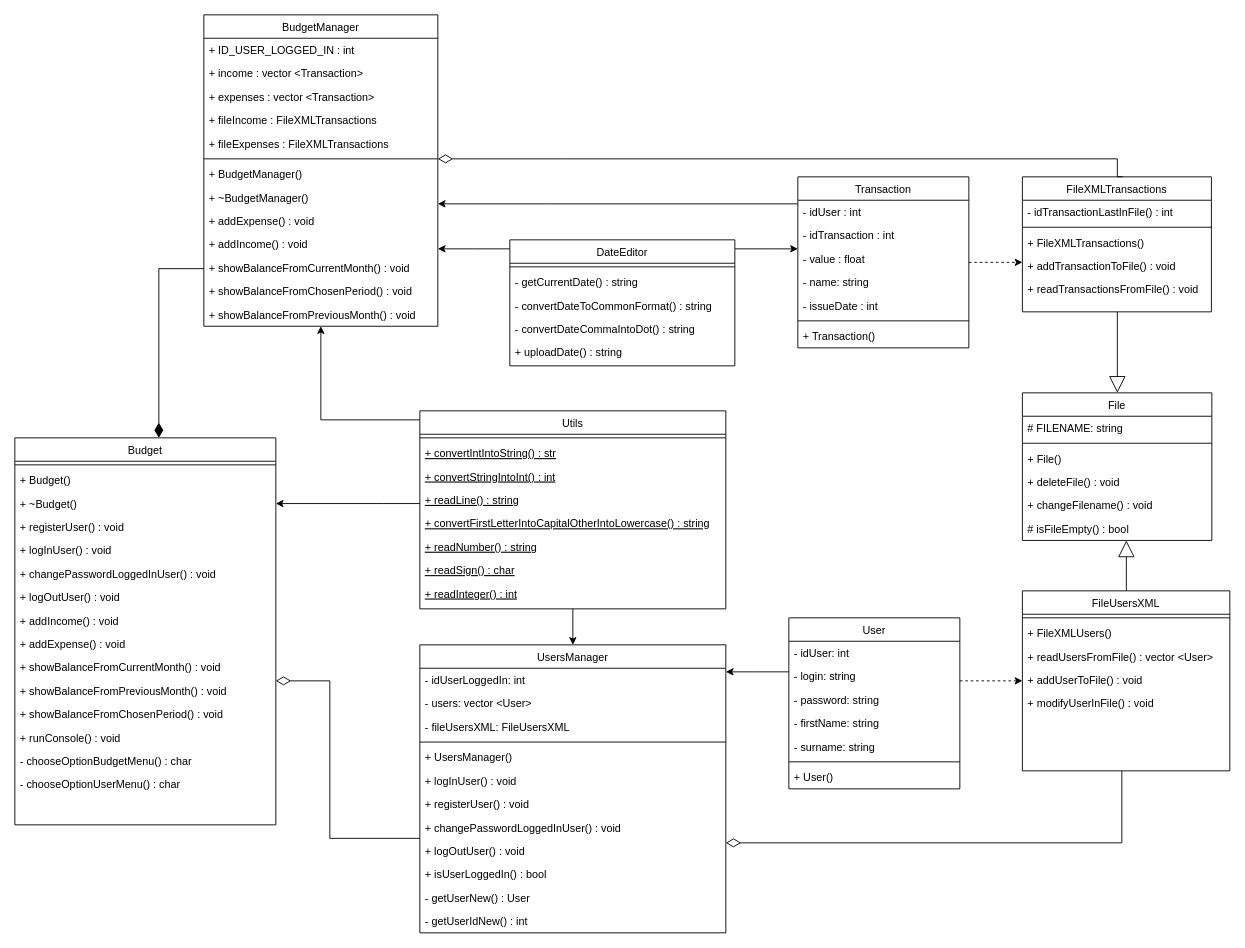
Before: doc/uml-diagram.drawio in MichalWilczek/your-budget, a draw.io diagram. Source tidied: cells renumbered, new cells numbered last; positions are measured from the earlier drawing's top-left corner, leaving out a move shared by most shapes. Both pictures are drawn from the tidied source at 90%, with x=0, y=0 at pixel (14, 14).
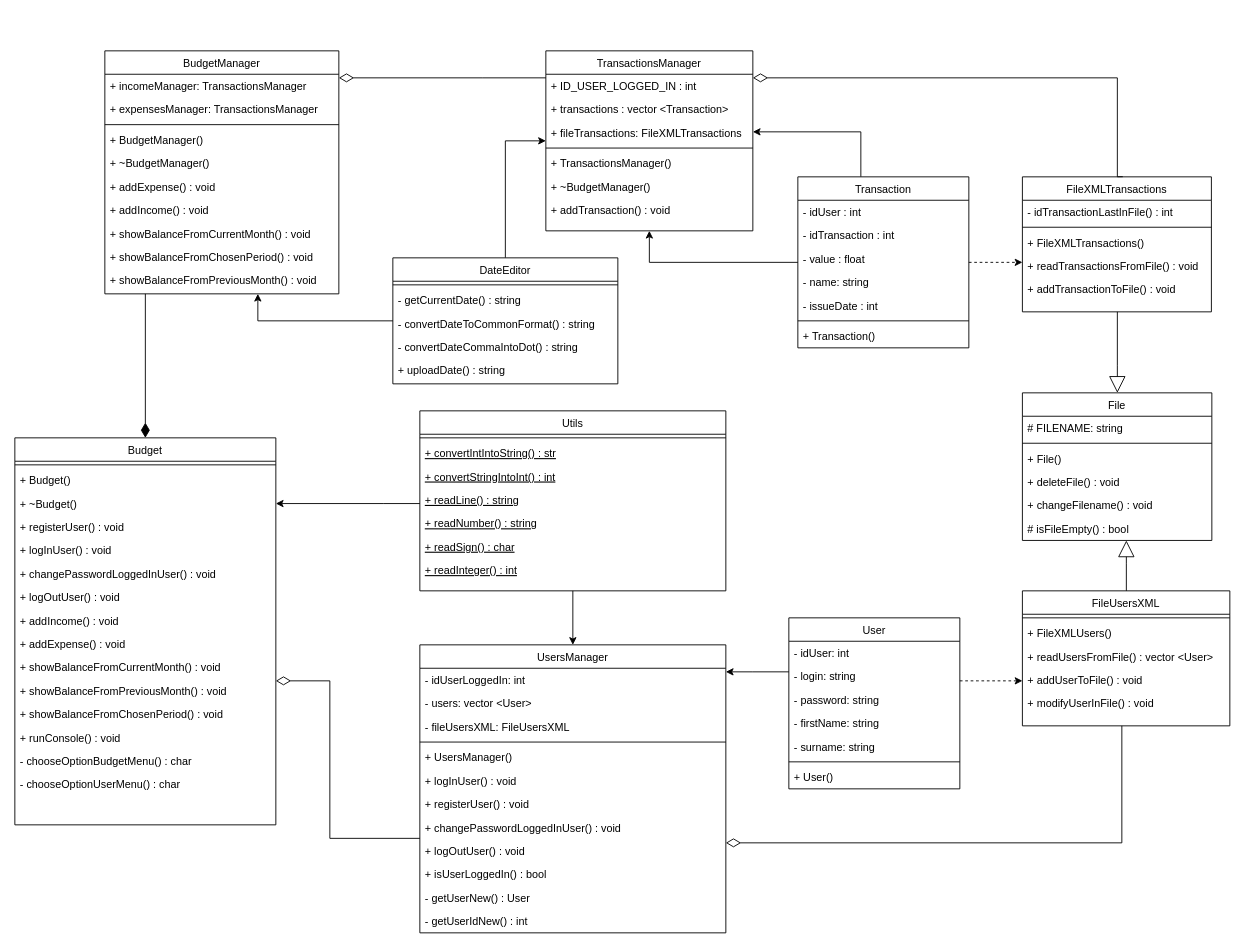
The same diagram, later.

Commit message (it also covers changes not shown here):
Remove unnecessary code. Update UML.

Unchanged cells that the change refers to:
```xml
<mxCell id="91" value="Transaction" style="swimlane;fontStyle=0;align=center;verticalAlign=top;horizontal=1;startSize=26;rounded=0;shadow=0;strokeWidth=1;" parent="1" vertex="1">
  <mxGeometry x="870" y="180" width="190" height="190" as="geometry" />
</mxCell>
<mxCell id="100" value="FileXMLTransactions" style="swimlane;fontStyle=0;align=center;verticalAlign=top;horizontal=1;startSize=26;rounded=0;shadow=0;strokeWidth=1;" parent="1" vertex="1">
  <mxGeometry x="1119.5" y="180" width="210" height="150" as="geometry" />
</mxCell>
```

Change to the diagram source:
```diff
@@
     <mxCell id="2" value="FileUsersXML" style="swimlane;fontStyle=0;align=center;verticalAlign=top;horizontal=1;startSize=26;rounded=0;shadow=0;strokeWidth=1;" parent="1" vertex="1">
-      <mxGeometry x="1119.5" y="640" width="230.5" height="200" as="geometry" />
+      <mxGeometry x="1119.5" y="640" width="230.5" height="150" as="geometry" />
     </mxCell>
@@
-    <mxCell id="33" style="edgeStyle=orthogonalEdgeStyle;rounded=0;jettySize=auto;html=1;" parent="1" edge="1" source="35" target="68">
-      <mxGeometry relative="1" as="geometry">
-        <Array as="points">
-          <mxPoint x="340" y="450" />
-        </Array>
-      </mxGeometry>
-    </mxCell>
@@
     <mxCell id="35" value="Utils" style="swimlane;fontStyle=0;align=center;verticalAlign=top;horizontal=1;startSize=26;rounded=0;shadow=0;strokeWidth=1;" parent="1" vertex="1">
-      <mxGeometry x="450" y="440" width="340" height="220" as="geometry" />
+      <mxGeometry x="450" y="440" width="340" height="200" as="geometry" />
     </mxCell>
@@
-    <mxCell id="40" value="+ convertFirstLetterIntoCapitalOtherIntoLowercase() : string" style="text;align=left;verticalAlign=top;spacingLeft=4;spacingRight=4;overflow=hidden;fontStyle=4;" parent="35" vertex="1">
-      <mxGeometry y="112" width="340" height="26" as="geometry" />
-    </mxCell>
     <mxCell id="41" value="+ readNumber() : string" style="text;align=left;verticalAlign=top;spacingLeft=4;spacingRight=4;overflow=hidden;fontStyle=4;" parent="35" vertex="1">
-      <mxGeometry y="138" width="340" height="26" as="geometry" />
+      <mxGeometry y="112" width="340" height="26" as="geometry" />
     </mxCell>
     <mxCell id="42" value="+ readSign() : char" style="text;align=left;verticalAlign=top;spacingLeft=4;spacingRight=4;overflow=hidden;fontStyle=4;" parent="35" vertex="1">
-      <mxGeometry y="164" width="340" height="26" as="geometry" />
+      <mxGeometry y="138" width="340" height="26" as="geometry" />
     </mxCell>
     <mxCell id="43" value="+ readInteger() : int" style="text;align=left;verticalAlign=top;spacingLeft=4;spacingRight=4;overflow=hidden;fontStyle=4;" parent="35" vertex="1">
-      <mxGeometry y="190" width="340" height="26" as="geometry" />
+      <mxGeometry y="164" width="340" height="26" as="geometry" />
     </mxCell>
@@
     <mxCell id="68" value="BudgetManager" style="swimlane;fontStyle=0;align=center;verticalAlign=top;horizontal=1;startSize=26;rounded=0;shadow=0;strokeWidth=1;" parent="1" vertex="1">
-      <mxGeometry x="210" width="260" height="346" as="geometry" />
+      <mxGeometry x="100" y="40" width="260" height="270" as="geometry" />
     </mxCell>
-    <mxCell id="69" value="+ ID_USER_LOGGED_IN : int " style="text;align=left;verticalAlign=top;spacingLeft=4;spacingRight=4;overflow=hidden;" parent="68" vertex="1">
-      <mxGeometry y="26" width="260" height="26" as="geometry" />
-    </mxCell>
+    <mxCell id="110" value="+ incomeManager: TransactionsManager" style="text;align=left;verticalAlign=top;spacingLeft=4;spacingRight=4;overflow=hidden;" parent="68" vertex="1">
+      <mxGeometry y="26" width="260" height="26" as="geometry" />
+    </mxCell>
-    <mxCell id="70" value="+ income : vector &lt;Transaction&gt;" style="text;align=left;verticalAlign=top;spacingLeft=4;spacingRight=4;overflow=hidden;" parent="68" vertex="1">
+    <mxCell id="70" value="+ expensesManager: TransactionsManager" style="text;align=left;verticalAlign=top;spacingLeft=4;spacingRight=4;overflow=hidden;" parent="68" vertex="1">
       <mxGeometry y="52" width="260" height="26" as="geometry" />
     </mxCell>
-    <mxCell id="71" value="+ expenses : vector &lt;Transaction&gt;" style="text;align=left;verticalAlign=top;spacingLeft=4;spacingRight=4;overflow=hidden;" parent="68" vertex="1">
-      <mxGeometry y="78" width="260" height="26" as="geometry" />
-    </mxCell>
-    <mxCell id="72" value="+ fileIncome : FileXMLTransactions" style="text;align=left;verticalAlign=top;spacingLeft=4;spacingRight=4;overflow=hidden;" parent="68" vertex="1">
-      <mxGeometry y="104" width="260" height="26" as="geometry" />
-    </mxCell>
-    <mxCell id="73" value="+ fileExpenses : FileXMLTransactions" style="text;align=left;verticalAlign=top;spacingLeft=4;spacingRight=4;overflow=hidden;" parent="68" vertex="1">
-      <mxGeometry y="130" width="260" height="26" as="geometry" />
-    </mxCell>
     <mxCell id="74" style="line;html=1;strokeWidth=1;align=left;verticalAlign=middle;spacingTop=-1;spacingLeft=3;spacingRight=3;labelPosition=right;" parent="68" vertex="1">
-      <mxGeometry y="156" width="260" height="8" as="geometry" />
+      <mxGeometry y="78" width="260" height="8" as="geometry" />
     </mxCell>
     <mxCell id="75" value="+ BudgetManager()" style="text;align=left;verticalAlign=top;spacingLeft=4;spacingRight=4;overflow=hidden;" parent="68" vertex="1">
-      <mxGeometry y="164" width="260" height="26" as="geometry" />
+      <mxGeometry y="86" width="260" height="26" as="geometry" />
     </mxCell>
     <mxCell id="76" value="+ ~BudgetManager()" style="text;align=left;verticalAlign=top;spacingLeft=4;spacingRight=4;overflow=hidden;" parent="68" vertex="1">
-      <mxGeometry y="190" width="260" height="26" as="geometry" />
+      <mxGeometry y="112" width="260" height="26" as="geometry" />
     </mxCell>
     <mxCell id="77" value="+ addExpense() : void " style="text;align=left;verticalAlign=top;spacingLeft=4;spacingRight=4;overflow=hidden;" parent="68" vertex="1">
-      <mxGeometry y="216" width="260" height="26" as="geometry" />
+      <mxGeometry y="138" width="260" height="26" as="geometry" />
     </mxCell>
     <mxCell id="78" value="+ addIncome() : void " style="text;align=left;verticalAlign=top;spacingLeft=4;spacingRight=4;overflow=hidden;" parent="68" vertex="1">
-      <mxGeometry y="242" width="260" height="26" as="geometry" />
+      <mxGeometry y="164" width="260" height="26" as="geometry" />
     </mxCell>
     <mxCell id="79" value="+ showBalanceFromCurrentMonth() : void" style="text;align=left;verticalAlign=top;spacingLeft=4;spacingRight=4;overflow=hidden;" parent="68" vertex="1">
-      <mxGeometry y="268" width="260" height="26" as="geometry" />
+      <mxGeometry y="190" width="260" height="26" as="geometry" />
     </mxCell>
     <mxCell id="80" value="+ showBalanceFromChosenPeriod() : void" style="text;align=left;verticalAlign=top;spacingLeft=4;spacingRight=4;overflow=hidden;" parent="68" vertex="1">
-      <mxGeometry y="294" width="260" height="26" as="geometry" />
+      <mxGeometry y="216" width="260" height="26" as="geometry" />
     </mxCell>
     <mxCell id="81" value="+ showBalanceFromPreviousMonth() : void" style="text;align=left;verticalAlign=top;spacingLeft=4;spacingRight=4;overflow=hidden;" parent="68" vertex="1">
-      <mxGeometry y="320" width="260" height="26" as="geometry" />
+      <mxGeometry y="242" width="260" height="26" as="geometry" />
     </mxCell>
-    <mxCell id="82" style="edgeStyle=orthogonalEdgeStyle;rounded=0;jettySize=auto;html=1;" parent="1" edge="1" source="84" target="68">
-      <mxGeometry relative="1" as="geometry">
-        <Array as="points">
-          <mxPoint x="510" y="260" />
-          <mxPoint x="510" y="260" />
-        </Array>
-      </mxGeometry>
-    </mxCell>
-    <mxCell id="83" style="edgeStyle=orthogonalEdgeStyle;rounded=0;jettySize=auto;html=1;" parent="1" edge="1" source="84" target="91">
-      <mxGeometry relative="1" as="geometry">
-        <Array as="points">
-          <mxPoint x="840" y="260" />
-          <mxPoint x="840" y="260" />
-        </Array>
-      </mxGeometry>
-    </mxCell>
-    <mxCell id="84" value="DateEditor" style="swimlane;fontStyle=0;align=center;verticalAlign=top;horizontal=1;startSize=26;rounded=0;shadow=0;strokeWidth=1;" parent="1" vertex="1">
-      <mxGeometry x="550" y="250" width="250" height="140" as="geometry" />
-    </mxCell>
-    <mxCell id="85" style="line;html=1;strokeWidth=1;align=left;verticalAlign=middle;spacingTop=-1;spacingLeft=3;spacingRight=3;labelPosition=right;" parent="84" vertex="1">
-      <mxGeometry y="26" width="250" height="8" as="geometry" />
-    </mxCell>
-    <mxCell id="86" value="- getCurrentDate() : string" style="text;align=left;verticalAlign=top;spacingLeft=4;spacingRight=4;overflow=hidden;" parent="84" vertex="1">
-      <mxGeometry y="34" width="250" height="26" as="geometry" />
-    </mxCell>
-    <mxCell id="87" value="- convertDateToCommonFormat() : string" style="text;align=left;verticalAlign=top;spacingLeft=4;spacingRight=4;overflow=hidden;" parent="84" vertex="1">
-      <mxGeometry y="60" width="250" height="26" as="geometry" />
-    </mxCell>
-    <mxCell id="88" value="- convertDateCommaIntoDot() : string" style="text;align=left;verticalAlign=top;spacingLeft=4;spacingRight=4;overflow=hidden;" parent="84" vertex="1">
-      <mxGeometry y="86" width="250" height="26" as="geometry" />
-    </mxCell>
-    <mxCell id="89" value="+ uploadDate() : string" style="text;align=left;verticalAlign=top;spacingLeft=4;spacingRight=4;overflow=hidden;" parent="84" vertex="1">
-      <mxGeometry y="112" width="250" height="26" as="geometry" />
-    </mxCell>
-    <mxCell id="90" style="edgeStyle=orthogonalEdgeStyle;rounded=0;jettySize=auto;html=1;" parent="1" edge="1" source="91" target="68">
+    <mxCell id="90" style="edgeStyle=orthogonalEdgeStyle;rounded=0;jettySize=auto;html=1;" parent="1" edge="1" source="91" target="112">
       <mxGeometry relative="1" as="geometry">
         <Array as="points">
-          <mxPoint x="590" y="210" />
-          <mxPoint x="590" y="210" />
+          <mxPoint x="940" y="130" />
         </Array>
       </mxGeometry>
     </mxCell>
+    <mxCell id="111" style="edgeStyle=orthogonalEdgeStyle;rounded=0;jettySize=auto;html=1;" parent="1" edge="1" source="91" target="112">
+      <mxGeometry relative="1" as="geometry">
+        <Array as="points">
+          <mxPoint x="705" y="275" />
+        </Array>
+      </mxGeometry>
+    </mxCell>
@@
+    <mxCell id="105" value="+ readTransactionsFromFile() : void" style="text;align=left;verticalAlign=top;spacingLeft=4;spacingRight=4;overflow=hidden;" parent="100" vertex="1">
+      <mxGeometry y="86" width="210" height="26" as="geometry" />
+    </mxCell>
     <mxCell id="104" value="+ addTransactionToFile() : void" style="text;align=left;verticalAlign=top;spacingLeft=4;spacingRight=4;overflow=hidden;" parent="100" vertex="1">
-      <mxGeometry y="86" width="210" height="26" as="geometry" />
+      <mxGeometry y="112" width="210" height="26" as="geometry" />
     </mxCell>
-    <mxCell id="105" value="+ readTransactionsFromFile() : void" style="text;align=left;verticalAlign=top;spacingLeft=4;spacingRight=4;overflow=hidden;" parent="100" vertex="1">
-      <mxGeometry y="112" width="210" height="26" as="geometry" />
-    </mxCell>
@@
-    <mxCell id="108" style="endArrow=0;html=1;endSize=12;startArrow=diamondThin;startSize=14;startFill=0;edgeStyle=orthogonalEdgeStyle;align=left;verticalAlign=bottom;rounded=0;entryX=0.531;entryY=-0.001;entryDx=0;entryDy=0;entryPerimeter=0;" parent="1" edge="1" source="68" target="100">
+    <mxCell id="108" style="endArrow=0;html=1;endSize=12;startArrow=diamondThin;startSize=14;startFill=0;edgeStyle=orthogonalEdgeStyle;align=left;verticalAlign=bottom;rounded=0;entryX=0.531;entryY=-0.001;entryDx=0;entryDy=0;entryPerimeter=0;" parent="1" edge="1" source="112" target="100">
       <mxGeometry x="-0.68" y="-30" relative="1" as="geometry">
         <Array as="points">
-          <mxPoint x="610" y="160" />
-          <mxPoint x="1225" y="160" />
-          <mxPoint x="1225" y="220" />
+          <mxPoint x="1225" y="70" />
+          <mxPoint x="1225" y="180" />
         </Array>
       </mxGeometry>
     </mxCell>
@@
+    <mxCell id="112" value="TransactionsManager" style="swimlane;fontStyle=0;align=center;verticalAlign=top;horizontal=1;startSize=26;rounded=0;shadow=0;strokeWidth=1;" parent="1" vertex="1">
+      <mxGeometry x="590" y="40" width="230" height="200" as="geometry" />
+    </mxCell>
+    <mxCell id="69" value="+ ID_USER_LOGGED_IN : int " style="text;align=left;verticalAlign=top;spacingLeft=4;spacingRight=4;overflow=hidden;" parent="112" vertex="1">
+      <mxGeometry y="26" width="230" height="26" as="geometry" />
+    </mxCell>
+    <mxCell id="113" value="+ transactions : vector &lt;Transaction&gt;" style="text;align=left;verticalAlign=top;spacingLeft=4;spacingRight=4;overflow=hidden;" parent="112" vertex="1">
+      <mxGeometry y="52" width="230" height="26" as="geometry" />
+    </mxCell>
+    <mxCell id="114" value="+ fileTransactions: FileXMLTransactions" style="text;align=left;verticalAlign=top;spacingLeft=4;spacingRight=4;overflow=hidden;" parent="112" vertex="1">
+      <mxGeometry y="78" width="230" height="26" as="geometry" />
+    </mxCell>
+    <mxCell id="115" style="line;html=1;strokeWidth=1;align=left;verticalAlign=middle;spacingTop=-1;spacingLeft=3;spacingRight=3;labelPosition=right;" parent="112" vertex="1">
+      <mxGeometry y="104" width="230" height="8" as="geometry" />
+    </mxCell>
+    <mxCell id="116" value="+ TransactionsManager()" style="text;align=left;verticalAlign=top;spacingLeft=4;spacingRight=4;overflow=hidden;" parent="112" vertex="1">
+      <mxGeometry y="112" width="230" height="26" as="geometry" />
+    </mxCell>
+    <mxCell id="117" value="+ ~BudgetManager()" style="text;align=left;verticalAlign=top;spacingLeft=4;spacingRight=4;overflow=hidden;" parent="112" vertex="1">
+      <mxGeometry y="138" width="230" height="26" as="geometry" />
+    </mxCell>
+    <mxCell id="118" value="+ addTransaction() : void " style="text;align=left;verticalAlign=top;spacingLeft=4;spacingRight=4;overflow=hidden;" parent="112" vertex="1">
+      <mxGeometry y="164" width="230" height="26" as="geometry" />
+    </mxCell>
+    <mxCell id="119" style="endArrow=0;html=1;endSize=12;startArrow=diamondThin;startSize=14;startFill=0;edgeStyle=orthogonalEdgeStyle;align=left;verticalAlign=bottom;rounded=0;" parent="1" edge="1" source="68" target="112">
+      <mxGeometry x="-0.68" y="-30" relative="1" as="geometry">
+        <Array as="points">
+          <mxPoint x="520" y="70" />
+          <mxPoint x="520" y="70" />
+        </Array>
+      </mxGeometry>
+    </mxCell>
+    <mxCell id="82" style="edgeStyle=orthogonalEdgeStyle;rounded=0;jettySize=auto;html=1;" parent="1" edge="1" source="84" target="68">
+      <mxGeometry relative="1" as="geometry">
+        <Array as="points">
+          <mxPoint x="270" y="340" />
+        </Array>
+      </mxGeometry>
+    </mxCell>
+    <mxCell id="120" style="edgeStyle=orthogonalEdgeStyle;rounded=0;jettySize=auto;html=1;" parent="1" edge="1" source="84" target="112">
+      <mxGeometry relative="1" as="geometry">
+        <Array as="points">
+          <mxPoint x="545" y="140" />
+        </Array>
+      </mxGeometry>
+    </mxCell>
+    <mxCell id="84" value="DateEditor" style="swimlane;fontStyle=0;align=center;verticalAlign=top;horizontal=1;startSize=26;rounded=0;shadow=0;strokeWidth=1;" parent="1" vertex="1">
+      <mxGeometry x="420" y="270" width="250" height="140" as="geometry" />
+    </mxCell>
+    <mxCell id="85" style="line;html=1;strokeWidth=1;align=left;verticalAlign=middle;spacingTop=-1;spacingLeft=3;spacingRight=3;labelPosition=right;" parent="84" vertex="1">
+      <mxGeometry y="26" width="250" height="8" as="geometry" />
+    </mxCell>
+    <mxCell id="86" value="- getCurrentDate() : string" style="text;align=left;verticalAlign=top;spacingLeft=4;spacingRight=4;overflow=hidden;" parent="84" vertex="1">
+      <mxGeometry y="34" width="250" height="26" as="geometry" />
+    </mxCell>
+    <mxCell id="87" value="- convertDateToCommonFormat() : string" style="text;align=left;verticalAlign=top;spacingLeft=4;spacingRight=4;overflow=hidden;" parent="84" vertex="1">
+      <mxGeometry y="60" width="250" height="26" as="geometry" />
+    </mxCell>
+    <mxCell id="88" value="- convertDateCommaIntoDot() : string" style="text;align=left;verticalAlign=top;spacingLeft=4;spacingRight=4;overflow=hidden;" parent="84" vertex="1">
+      <mxGeometry y="86" width="250" height="26" as="geometry" />
+    </mxCell>
+    <mxCell id="89" value="+ uploadDate() : string" style="text;align=left;verticalAlign=top;spacingLeft=4;spacingRight=4;overflow=hidden;" parent="84" vertex="1">
+      <mxGeometry y="112" width="250" height="26" as="geometry" />
+    </mxCell>
```
